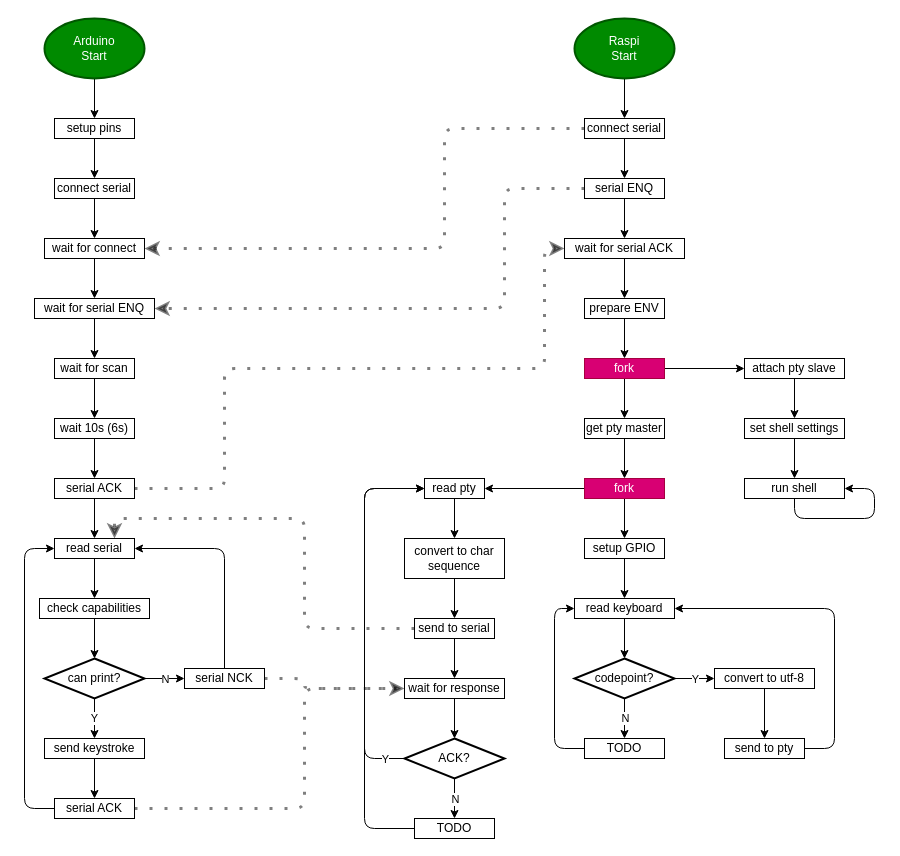
This is Flow.drawio from HiWiSciFi/TypewriterTTY, a draw.io file, before an edit. Source tidied: cells renumbered, new cells numbered last; positions are measured from the earlier drawing's top-left corner, leaving out a move shared by most shapes. Both pictures are drawn from the tidied source at 100%, with x=0, y=0 at pixel (24, 18).
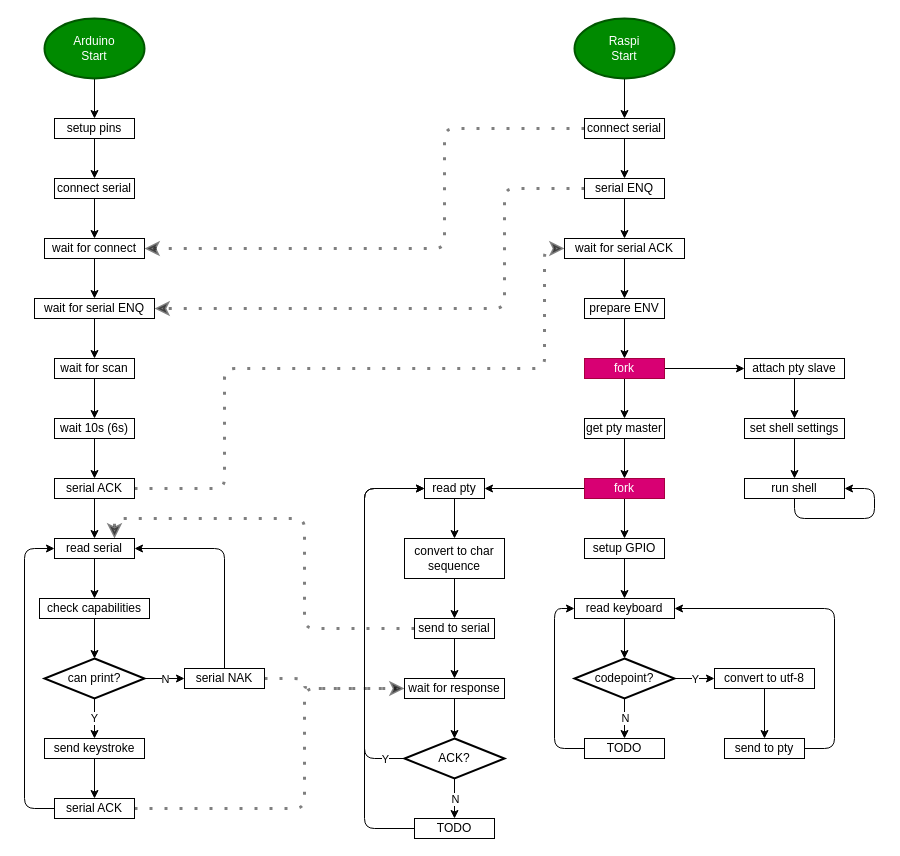
The same diagram, later.

Change to the diagram source:
```diff
@@
-    <mxCell id="77" value="serial NCK" style="rounded=0;whiteSpace=wrap;html=1;" parent="1" vertex="1">
+    <mxCell id="77" value="serial NAK" style="rounded=0;whiteSpace=wrap;html=1;" parent="1" vertex="1">
       <mxGeometry x="160" y="650" width="80" height="20" as="geometry" />
     </mxCell>
```
